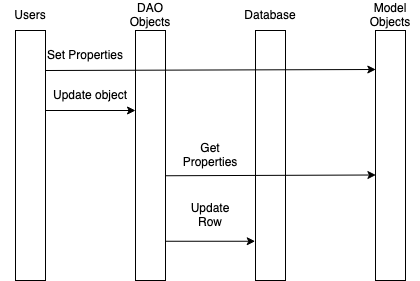
Earlier version of the draw.io export static/detailed-design/api-design/DAO_update.png (panevain/CS5744_TransitFlow). Source tidied: cells renumbered, new cells last; positions are measured from the earlier drawing's top-left corner, leaving out a move shared by most shapes. Its diagram source:
```xml
<mxGraphModel>
  <root>
    <mxCell id="0" />
    <mxCell id="1" parent="0" />
    <mxCell id="2" style="rounded=0;whiteSpace=wrap;html=1;" parent="1" vertex="1">
      <mxGeometry x="15" y="30" width="30" height="250" as="geometry" />
    </mxCell>
    <mxCell id="3" style="rounded=0;whiteSpace=wrap;html=1;" parent="1" vertex="1">
      <mxGeometry x="135" y="30" width="30" height="250" as="geometry" />
    </mxCell>
    <mxCell id="4" style="rounded=0;whiteSpace=wrap;html=1;" parent="1" vertex="1">
      <mxGeometry x="255" y="30" width="30" height="250" as="geometry" />
    </mxCell>
    <mxCell id="5" style="rounded=0;whiteSpace=wrap;html=1;" parent="1" vertex="1">
      <mxGeometry x="375" y="30" width="30" height="250" as="geometry" />
    </mxCell>
    <mxCell id="6" value="Users" style="text;html=1;strokeColor=none;fillColor=none;align=center;verticalAlign=middle;whiteSpace=wrap;rounded=0;" parent="1" vertex="1">
      <mxGeometry width="60" height="30" as="geometry" />
    </mxCell>
    <mxCell id="7" value="DAO Objects" style="text;html=1;strokeColor=none;fillColor=none;align=center;verticalAlign=middle;whiteSpace=wrap;rounded=0;" parent="1" vertex="1">
      <mxGeometry x="120" width="60" height="30" as="geometry" />
    </mxCell>
    <mxCell id="8" value="Database" style="text;html=1;strokeColor=none;fillColor=none;align=center;verticalAlign=middle;whiteSpace=wrap;rounded=0;" parent="1" vertex="1">
      <mxGeometry x="240" width="60" height="30" as="geometry" />
    </mxCell>
    <mxCell id="9" value="Model Objects" style="text;html=1;strokeColor=none;fillColor=none;align=center;verticalAlign=middle;whiteSpace=wrap;rounded=0;" parent="1" vertex="1">
      <mxGeometry x="360" width="60" height="30" as="geometry" />
    </mxCell>
    <mxCell id="10" style="endArrow=classic;html=1;rounded=0;entryX=0.011;entryY=0.156;entryDx=0;entryDy=0;entryPerimeter=0;" parent="1" edge="1" target="5">
      <mxGeometry relative="1" as="geometry">
        <mxPoint x="45" y="70" as="sourcePoint" />
      </mxGeometry>
    </mxCell>
    <mxCell id="11" style="endArrow=classic;html=1;rounded=0;exitX=0.996;exitY=0.32;exitDx=0;exitDy=0;exitPerimeter=0;entryX=1;entryY=1;entryDx=0;entryDy=0;" parent="1" edge="1" source="2" target="14">
      <mxGeometry relative="1" as="geometry" />
    </mxCell>
    <mxCell id="12" style="endArrow=classic;html=1;rounded=0;entryX=0.014;entryY=0.578;entryDx=0;entryDy=0;exitX=0.99;exitY=0.581;exitDx=0;exitDy=0;exitPerimeter=0;entryPerimeter=0;" parent="1" edge="1" source="3" target="5">
      <mxGeometry relative="1" as="geometry" />
    </mxCell>
    <mxCell id="13" value="Set Properties" style="text;html=1;strokeColor=none;fillColor=none;align=center;verticalAlign=middle;whiteSpace=wrap;rounded=0;" parent="1" vertex="1">
      <mxGeometry x="45" y="40" width="80" height="30" as="geometry" />
    </mxCell>
    <mxCell id="14" value="Update object" style="text;html=1;strokeColor=none;fillColor=none;align=center;verticalAlign=middle;whiteSpace=wrap;rounded=0;" parent="1" vertex="1">
      <mxGeometry x="45" y="80" width="90" height="30" as="geometry" />
    </mxCell>
    <mxCell id="15" value="Get Properties" style="text;html=1;strokeColor=none;fillColor=none;align=center;verticalAlign=middle;whiteSpace=wrap;rounded=0;" parent="1" vertex="1">
      <mxGeometry x="180" y="140" width="60" height="30" as="geometry" />
    </mxCell>
    <mxCell id="16" style="endArrow=classic;html=1;rounded=0;exitX=0.99;exitY=0.843;exitDx=0;exitDy=0;exitPerimeter=0;entryX=-0.01;entryY=0.843;entryDx=0;entryDy=0;entryPerimeter=0;" parent="1" edge="1" source="3" target="4">
      <mxGeometry relative="1" as="geometry" />
    </mxCell>
    <mxCell id="17" value="Update Row" style="text;html=1;strokeColor=none;fillColor=none;align=center;verticalAlign=middle;whiteSpace=wrap;rounded=0;" parent="1" vertex="1">
      <mxGeometry x="180" y="200" width="60" height="30" as="geometry" />
    </mxCell>
  </root>
</mxGraphModel>
```
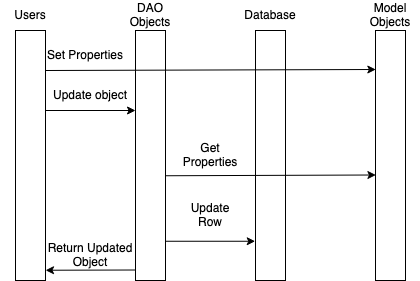
Above is the later version.

Diff of the diagram source:
```diff
@@ -52,5 +52,11 @@
     <mxCell id="17" value="Update Row" style="text;html=1;strokeColor=none;fillColor=none;align=center;verticalAlign=middle;whiteSpace=wrap;rounded=0;" parent="1" vertex="1">
       <mxGeometry x="180" y="200" width="60" height="30" as="geometry" />
     </mxCell>
+    <mxCell id="18" style="endArrow=classic;html=1;rounded=0;exitX=0.002;exitY=0.958;exitDx=0;exitDy=0;exitPerimeter=0;entryX=1.002;entryY=0.959;entryDx=0;entryDy=0;entryPerimeter=0;" parent="1" edge="1" source="3" target="2">
+      <mxGeometry relative="1" as="geometry" />
+    </mxCell>
+    <mxCell id="19" value="Return Updated Object" style="text;html=1;strokeColor=none;fillColor=none;align=center;verticalAlign=middle;whiteSpace=wrap;rounded=0;" parent="1" vertex="1">
+      <mxGeometry x="45" y="240" width="90" height="30" as="geometry" />
+    </mxCell>
   </root>
 </mxGraphModel>
```
